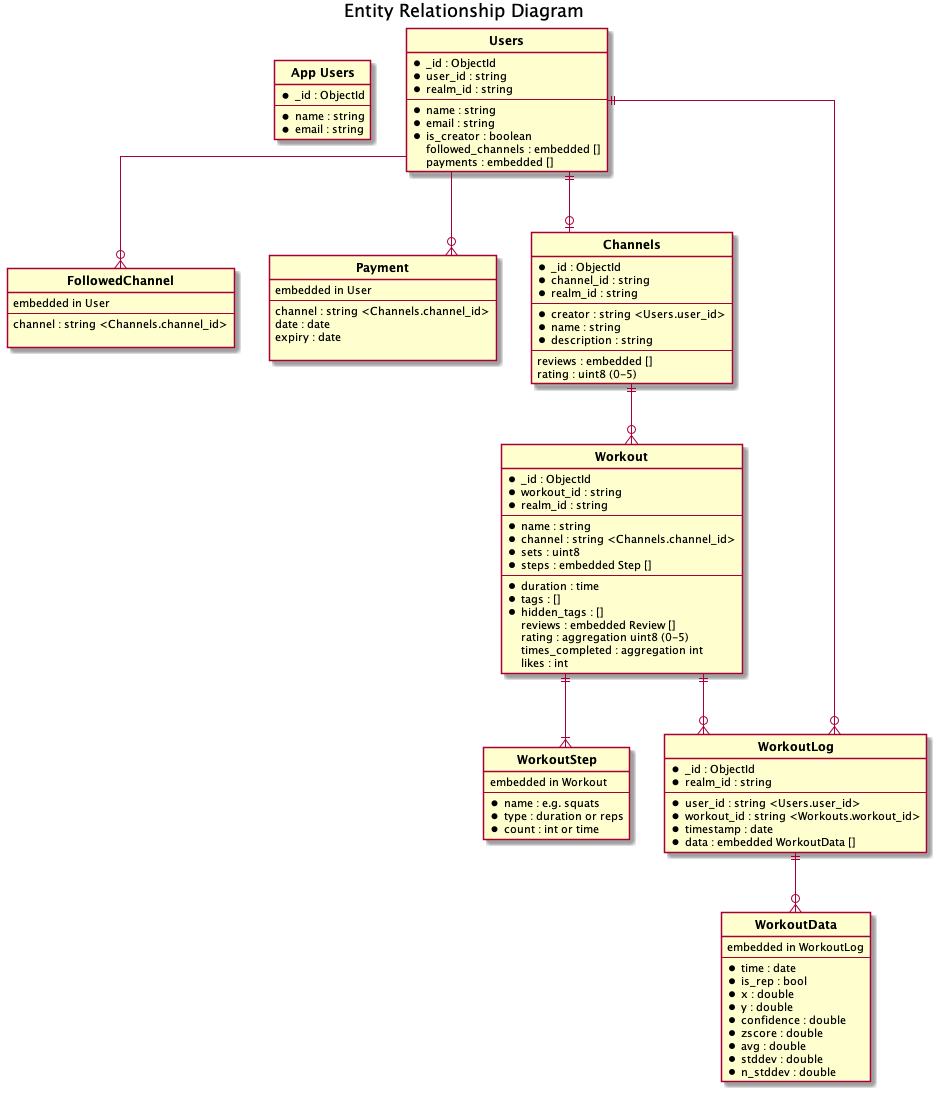
This is docs/diagrams/out/data_schema.png from wongway/tmp-form-app, a PlantUML export, as it was before one commit.
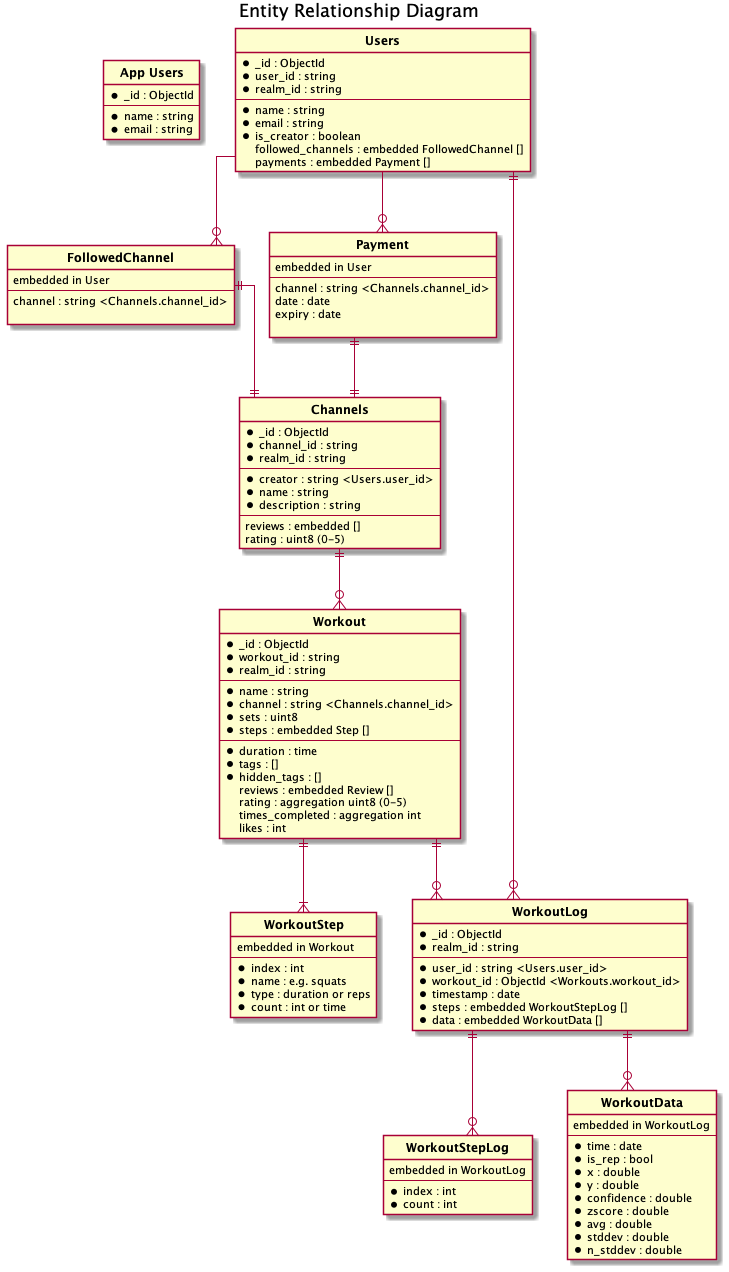
After the commit.

What changed in the source:
```diff
@@ -20,8 +20,8 @@
     * name : string
     * email : string
     * is_creator : boolean
-    followed_channels : embedded []
-    payments : embedded []
+    followed_channels : embedded FollowedChannel []
+    payments : embedded Payment []
 }
 
 entity "**FollowedChannel**" as FollowedChannel {
@@ -75,6 +75,7 @@
 entity "**WorkoutStep**" as Step {
     embedded in Workout
     ---
+    * index : int
     * name : e.g. squats
     * type : duration or reps
     * count : int or time
@@ -85,9 +86,17 @@
     * realm_id : string
     ---
     * user_id : string <Users.user_id>
-    * workout_id : string <Workouts.workout_id>
+    * workout_id : ObjectId <Workouts.workout_id>
     * timestamp : date
+    * steps : embedded WorkoutStepLog []
     * data : embedded WorkoutData []
+}
+
+entity "**WorkoutStepLog**" as WorkoutLogStep {
+    embedded in WorkoutLog
+    ---
+    * index : int
+    * count : int
 }
 
 entity "**WorkoutData**" as WorkoutData {
@@ -107,10 +116,14 @@
 Workout ||--|{ Step
 Workout ||--o{ WorkoutLog
 
+WorkoutLog ||--o{ WorkoutLogStep
+
 User ||--o{ WorkoutLog
-User ||--o| Channel
 User --o{ FollowedChannel
 User --o{ Payment
+
+FollowedChannel ||--|| Channel
+Payment ||--|| Channel
 
 Channel ||--o{ Workout
 WorkoutLog ||--o{ WorkoutData
```
